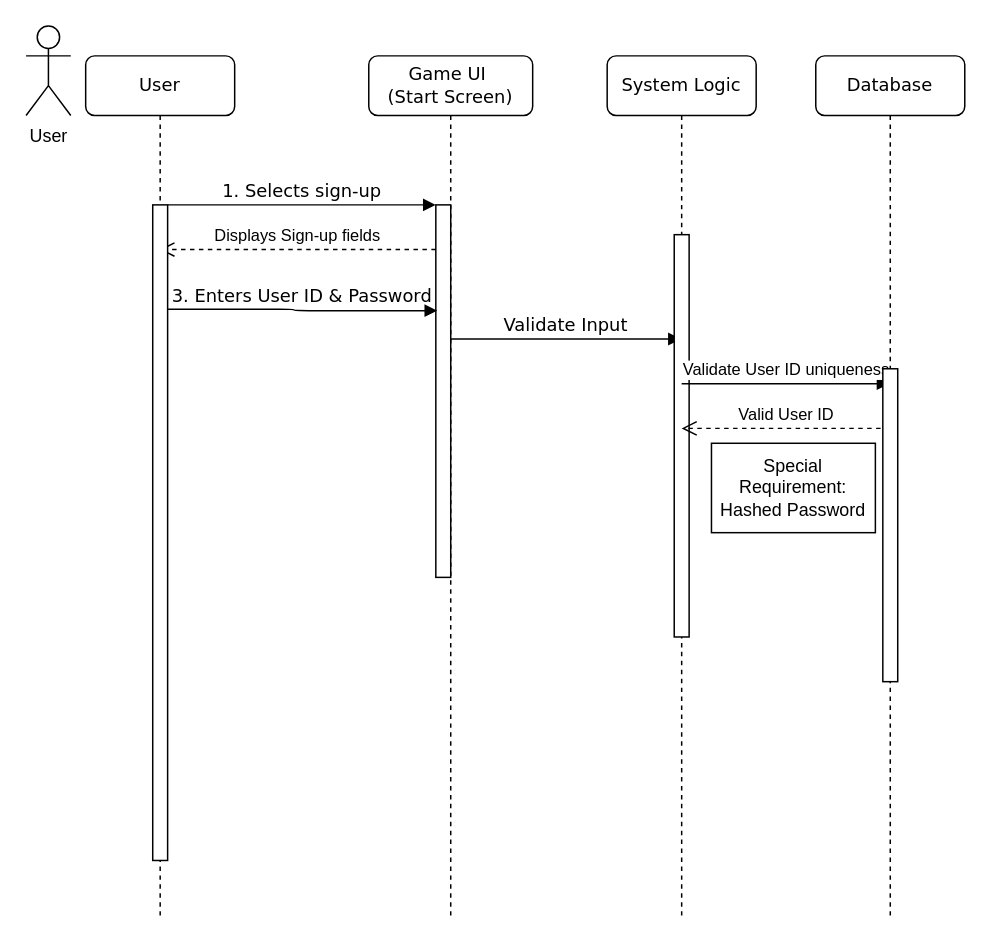
The draw.io diagram Untitled Diagram.drawio in CleymenZero/COMP5541, before the edit. Source tidied: cells renumbered, new cells numbered last; positions are measured from the earlier drawing's top-left corner, leaving out a move shared by most shapes. Both pictures are drawn from the tidied source at 149%, with x=0, y=0 at pixel (25, 25).
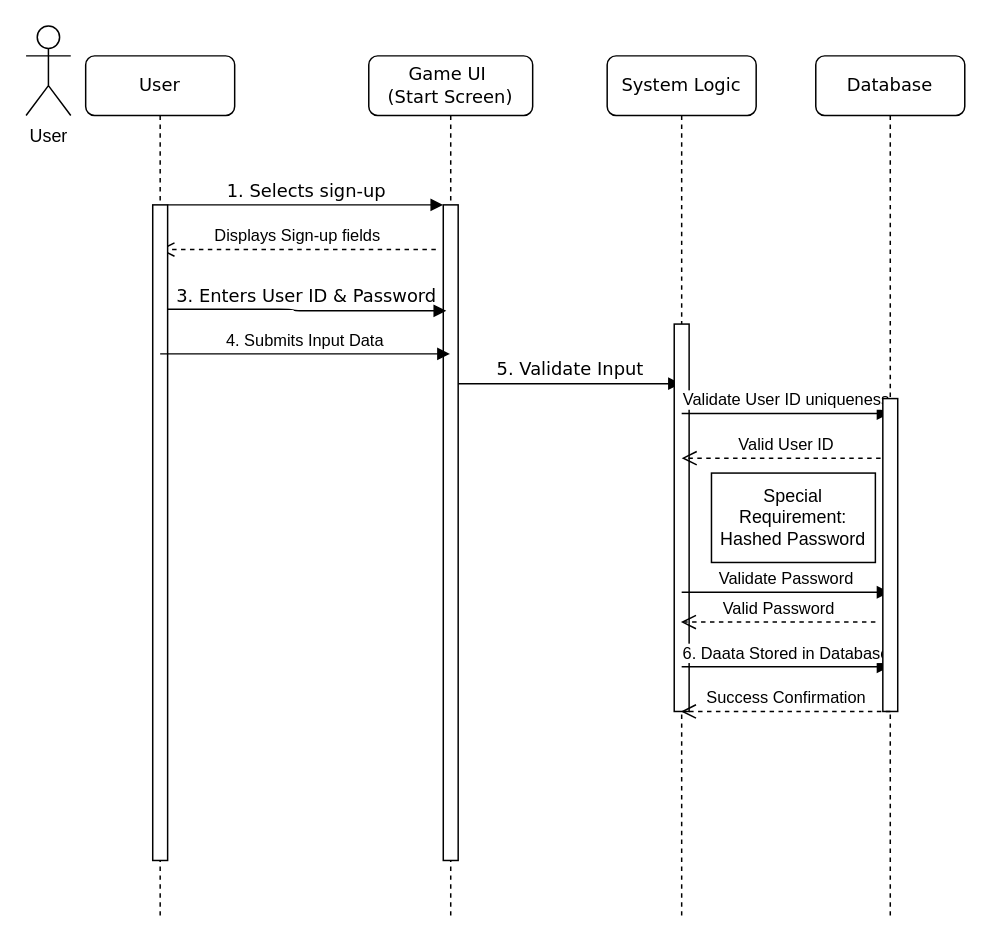
After the change.

The change refers to these unchanged cells:
```xml
<mxCell id="2" value="Game UI&amp;nbsp;&lt;div&gt;(Start Screen)&lt;/div&gt;" style="shape=umlLifeline;perimeter=lifelinePerimeter;whiteSpace=wrap;html=1;outlineConnect=0;rounded=1;shadow=0;comic=0;labelBackgroundColor=none;strokeWidth=1;fontFamily=Verdana;fontSize=12;align=center;" parent="1" vertex="1">
  <mxGeometry x="230" y="20" width="110" height="580" as="geometry" />
</mxCell>
<mxCell id="6" value="System Logic" style="shape=umlLifeline;perimeter=lifelinePerimeter;whiteSpace=wrap;html=1;outlineConnect=0;rounded=1;shadow=0;comic=0;labelBackgroundColor=none;strokeWidth=1;fontFamily=Verdana;fontSize=12;align=center;" parent="1" vertex="1">
  <mxGeometry x="390" y="20" width="100" height="580" as="geometry" />
</mxCell>
<mxCell id="10" value="Database" style="shape=umlLifeline;perimeter=lifelinePerimeter;whiteSpace=wrap;html=1;outlineConnect=0;rounded=1;shadow=0;comic=0;labelBackgroundColor=none;strokeWidth=1;fontFamily=Verdana;fontSize=12;align=center;" parent="1" vertex="1">
  <mxGeometry x="530" y="20" width="100" height="580" as="geometry" />
</mxCell>
<mxCell id="12" value="User" style="shape=umlLifeline;perimeter=lifelinePerimeter;whiteSpace=wrap;html=1;outlineConnect=0;rounded=1;shadow=0;comic=0;labelBackgroundColor=none;strokeWidth=1;fontFamily=Verdana;fontSize=12;align=center;" parent="1" vertex="1">
  <mxGeometry x="40" y="20" width="100" height="580" as="geometry" />
</mxCell>
```

Change to the diagram source:
```diff
@@
     <mxCell id="3" style="html=1;points=[];perimeter=orthogonalPerimeter;rounded=0;shadow=0;comic=0;labelBackgroundColor=none;strokeWidth=1;fontFamily=Verdana;fontSize=12;align=center;" parent="2" vertex="1">
-      <mxGeometry x="45" y="100" width="10" height="250" as="geometry" />
+      <mxGeometry x="50" y="100" width="10" height="440" as="geometry" />
     </mxCell>
@@
-    <mxCell id="5" value="Validate Input" style="html=1;verticalAlign=bottom;endArrow=block;labelBackgroundColor=none;fontFamily=Verdana;fontSize=12;edgeStyle=elbowEdgeStyle;elbow=vertical;" parent="2" edge="1" target="6">
+    <mxCell id="5" value="5. Validate Input" style="html=1;verticalAlign=bottom;endArrow=block;labelBackgroundColor=none;fontFamily=Verdana;fontSize=12;edgeStyle=elbowEdgeStyle;elbow=vertical;" parent="2" edge="1" target="6">
       <mxGeometry relative="1" as="geometry">
-        <mxPoint x="55" y="190" as="sourcePoint" />
+        <mxPoint x="60" y="220" as="sourcePoint" />
         <Array as="points">
+          <mxPoint x="80" y="220" />
+          <mxPoint x="100" y="200" />
           <mxPoint x="60" y="190" />
         </Array>
       </mxGeometry>
     </mxCell>
@@
     <mxCell id="7" style="html=1;perimeter=orthogonalPerimeter;rounded=0;shadow=0;comic=0;labelBackgroundColor=none;strokeWidth=1;fontFamily=Verdana;fontSize=12;align=center;" parent="6" vertex="1">
-      <mxGeometry x="45" y="120" width="10" height="270" as="geometry" />
+      <mxGeometry x="45" y="180" width="10" height="260" as="geometry" />
     </mxCell>
-    <mxCell id="8" value="Valid User ID" style="html=1;verticalAlign=bottom;endArrow=open;dashed=1;endSize=8;curved=0;rounded=0;" parent="6" edge="1" source="10">
+    <mxCell id="8" value="Valid User ID" style="html=1;verticalAlign=bottom;endArrow=open;dashed=1;endSize=8;curved=0;rounded=0;" parent="6" edge="1">
       <mxGeometry relative="1" as="geometry">
-        <mxPoint x="50" y="250" as="targetPoint" />
+        <mxPoint x="189.5" y="270" as="sourcePoint" />
+        <mxPoint x="50" y="270" as="targetPoint" />
       </mxGeometry>
     </mxCell>
-    <mxCell id="9" value="Validate User ID uniqueness" style="html=1;verticalAlign=bottom;endArrow=block;curved=0;rounded=0;" parent="6" edge="1" target="10">
+    <mxCell id="9" value="Validate User ID uniqueness" style="html=1;verticalAlign=bottom;endArrow=block;curved=0;rounded=0;" parent="6" edge="1">
       <mxGeometry relative="1" as="geometry">
-        <mxPoint x="50" y="220" as="sourcePoint" />
+        <mxPoint x="50" y="240" as="sourcePoint" />
+        <mxPoint x="189.5" y="240" as="targetPoint" />
       </mxGeometry>
     </mxCell>
+    <mxCell id="18" value="Validate Password" style="html=1;verticalAlign=bottom;endArrow=block;curved=0;rounded=0;" parent="6" edge="1">
+      <mxGeometry relative="1" as="geometry">
+        <mxPoint x="50" y="360" as="sourcePoint" />
+        <mxPoint x="189.5" y="360" as="targetPoint" />
+      </mxGeometry>
+    </mxCell>
+    <mxCell id="19" value="6. Daata Stored in Database" style="html=1;verticalAlign=bottom;endArrow=block;curved=0;rounded=0;" parent="6" edge="1" target="10">
+      <mxGeometry relative="1" as="geometry">
+        <mxPoint x="50" y="410" as="sourcePoint" />
+      </mxGeometry>
+    </mxCell>
@@
     <mxCell id="11" style="rounded=0;whiteSpace=wrap;html=1;" parent="10" vertex="1">
-      <mxGeometry x="45" y="210" width="10" height="210" as="geometry" />
+      <mxGeometry x="45" y="230" width="10" height="210" as="geometry" />
     </mxCell>
@@
-    <mxCell id="14" value="3. Enters User ID &amp;amp; Password" style="html=1;verticalAlign=bottom;endArrow=block;labelBackgroundColor=none;fontFamily=Verdana;fontSize=12;edgeStyle=elbowEdgeStyle;elbow=horizontal;entryX=0.1;entryY=0.284;entryDx=0;entryDy=0;entryPerimeter=0;" parent="12" edge="1" target="3">
+    <mxCell id="14" value="3. Enters User ID &amp;amp; Password" style="html=1;verticalAlign=bottom;endArrow=block;labelBackgroundColor=none;fontFamily=Verdana;fontSize=12;edgeStyle=elbowEdgeStyle;elbow=horizontal;entryX=0.473;entryY=0.295;entryDx=0;entryDy=0;entryPerimeter=0;" parent="12" edge="1" target="2">
       <mxGeometry relative="1" as="geometry">
         <mxPoint x="55" y="170" as="sourcePoint" />
         <Array as="points">
           <mxPoint x="140" y="190" />
         </Array>
       </mxGeometry>
     </mxCell>
+    <mxCell id="20" value="4. Submits Input Data" style="html=1;verticalAlign=bottom;endArrow=block;curved=0;rounded=0;" parent="12" edge="1" target="2">
+      <mxGeometry relative="1" as="geometry">
+        <mxPoint x="50" y="200" as="sourcePoint" />
+      </mxGeometry>
+    </mxCell>
@@
     <mxCell id="17" value="Special Requirement:&lt;div&gt;Hashed Password&lt;/div&gt;" style="rounded=0;whiteSpace=wrap;html=1;" parent="1" vertex="1">
-      <mxGeometry x="460" y="280" width="110" height="60" as="geometry" />
+      <mxGeometry x="460" y="300" width="110" height="60" as="geometry" />
     </mxCell>
+    <mxCell id="21" value="Valid Password" style="html=1;verticalAlign=bottom;endArrow=open;dashed=1;endSize=8;curved=0;rounded=0;" parent="1" edge="1">
+      <mxGeometry relative="1" as="geometry">
+        <mxPoint x="570" y="400" as="sourcePoint" />
+        <mxPoint x="439.5" y="400" as="targetPoint" />
+      </mxGeometry>
+    </mxCell>
+    <mxCell id="22" value="Success Confirmation" style="html=1;verticalAlign=bottom;endArrow=open;dashed=1;endSize=8;curved=0;rounded=0;" parent="1" edge="1" target="6">
+      <mxGeometry relative="1" as="geometry">
+        <mxPoint x="580" y="460" as="sourcePoint" />
+      </mxGeometry>
+    </mxCell>
```
